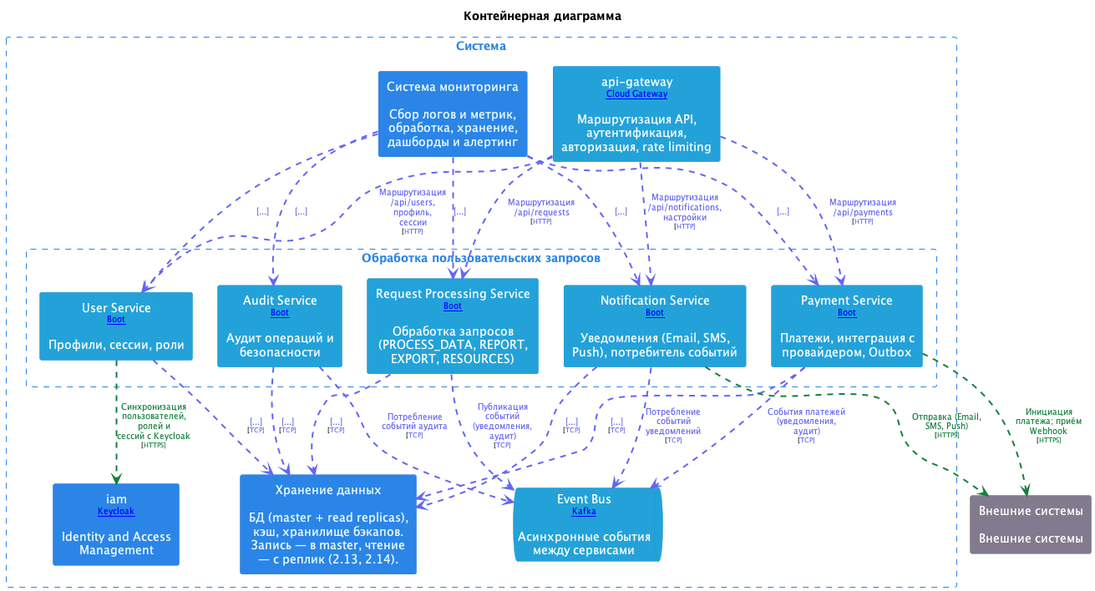
Before: doc/images/backend_container.png, a diagram exported from PlantUML (shelepovg/system-design-homework).
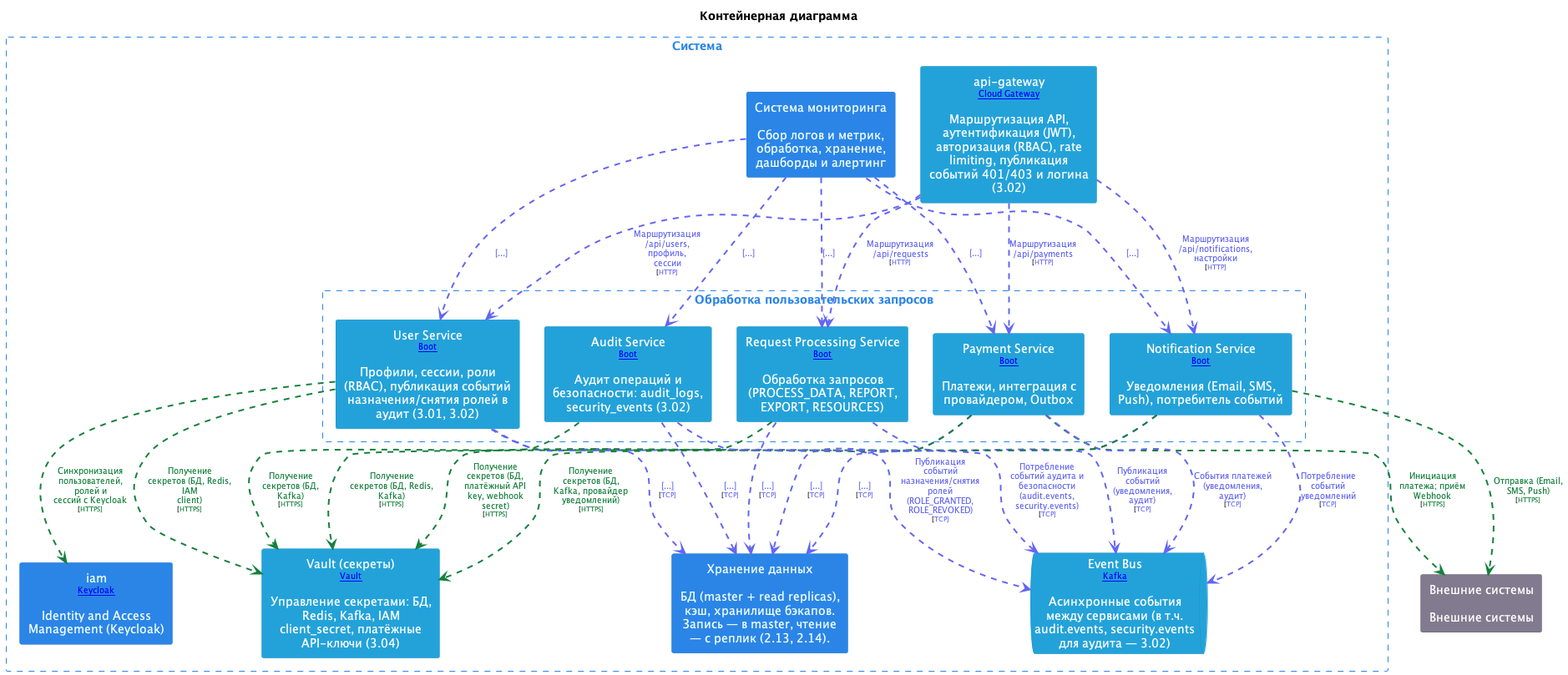
The same diagram one commit later.

Change to the diagram source:
```diff
@@ -68,42 +68,54 @@
   FontColor #ffffff
   BorderColor #1892c5
 }
+skinparam rectangle<<SystemSecretsVault>>{
+  BackgroundColor #23a2d9
+  FontColor #ffffff
+  BorderColor #1892c5
+}
 rectangle "Система" <<System>> as System {
   skinparam RectangleBorderColor<<System>> #2b85e7
   skinparam RectangleFontColor<<System>> #2b85e7
   skinparam RectangleBorderStyle<<System>> dashed
 
-  rectangle "api-gateway\n<size:10>[[Spring Cloud Gateway]]</size>\n\nМаршрутизация API, аутентификация, авторизация, rate limiting" <<SystemApiGateway>> as SystemApiGateway
+  rectangle "api-gateway\n<size:10>[[Spring Cloud Gateway]]</size>\n\nМаршрутизация API, аутентификация (JWT), авторизация (RBAC), rate limiting, публикация событий 401/403 и логина (3.02)" <<SystemApiGateway>> as SystemApiGateway
   rectangle "Система мониторинга\n\nСбор логов и метрик, обработка, хранение, дашборды и алертинг" <<SystemMonitoring>> as SystemMonitoring
   rectangle "Обработка пользовательских запросов" <<SystemBackend>> as SystemBackend {
     skinparam RectangleBorderColor<<SystemBackend>> #2b85e7
     skinparam RectangleFontColor<<SystemBackend>> #2b85e7
     skinparam RectangleBorderStyle<<SystemBackend>> dashed
 
-    rectangle "User Service\n<size:10>[[Spring Boot]]</size>\n\nПрофили, сессии, роли" <<SystemBackendUserService>> as SystemBackendUserService
+    rectangle "User Service\n<size:10>[[Spring Boot]]</size>\n\nПрофили, сессии, роли (RBAC), публикация событий назначения/снятия ролей в аудит (3.01, 3.02)" <<SystemBackendUserService>> as SystemBackendUserService
     rectangle "Request Processing Service\n<size:10>[[Spring Boot]]</size>\n\nОбработка запросов (PROCESS_DATA, REPORT, EXPORT, RESOURCES)" <<SystemBackendRequestProcessingService>> as SystemBackendRequestProcessingService
     rectangle "Payment Service\n<size:10>[[Spring Boot]]</size>\n\nПлатежи, интеграция с провайдером, Outbox" <<SystemBackendPaymentService>> as SystemBackendPaymentService
     rectangle "Notification Service\n<size:10>[[Spring Boot]]</size>\n\nУведомления (Email, SMS, Push), потребитель событий" <<SystemBackendNotificationService>> as SystemBackendNotificationService
-    rectangle "Audit Service\n<size:10>[[Spring Boot]]</size>\n\nАудит операций и безопасности" <<SystemBackendAuditService>> as SystemBackendAuditService
+    rectangle "Audit Service\n<size:10>[[Spring Boot]]</size>\n\nАудит операций и безопасности: audit_logs, security_events (3.02)" <<SystemBackendAuditService>> as SystemBackendAuditService
   }
-  rectangle "iam\n<size:10>[[Keycloak]]</size>\n\nIdentity and Access Management" <<SystemIam>> as SystemIam
+  rectangle "iam\n<size:10>[[Keycloak]]</size>\n\nIdentity and Access Management (Keycloak)" <<SystemIam>> as SystemIam
   rectangle "Хранение данных\n\nБД (master + read replicas), кэш, хранилище бэкапов. Запись — в master, чтение — с реплик (2.13, 2.14)." <<SystemStorage>> as SystemStorage
-  queue "Event Bus\n<size:10>[[Apache Kafka]]</size>\n\nАсинхронные события между сервисами" <<SystemEventBus>> as SystemEventBus
+  queue "Event Bus\n<size:10>[[Apache Kafka]]</size>\n\nАсинхронные события между сервисами (в т.ч. audit.events, security.events для аудита — 3.02)" <<SystemEventBus>> as SystemEventBus
+  rectangle "Vault (секреты)\n<size:10>[[HashiCorp Vault]]</size>\n\nУправление секретами: БД, Redis, Kafka, IAM client_secret, платёжные API-ключи (3.04)" <<SystemSecretsVault>> as SystemSecretsVault
 }
 rectangle "Внешние системы\n\nВнешние системы" <<System_ext>> as System_ext
 
 SystemBackendUserService .[#15803d,thickness=2].> SystemIam : <color:#15803d>Синхронизация пользователей, ролей и \n<color:#15803d>сессий с Keycloak\n<size:8>[<color:#15803d>HTTPS]</size>
 SystemBackendUserService .[#6366f1,thickness=2].> SystemStorage : <color:#6366f1>[...]\n<size:8>[<color:#6366f1>TCP]</size>
+SystemBackendUserService .[#6366f1,thickness=2].> SystemEventBus : <color:#6366f1>Публикация событий назначения/снятия \n<color:#6366f1>ролей (ROLE_GRANTED, ROLE_REVOKED)\n<size:8>[<color:#6366f1>TCP]</size>
+SystemBackendUserService .[#15803d,thickness=2].> SystemSecretsVault : <color:#15803d>Получение секретов (БД, Redis, IAM \n<color:#15803d>client)\n<size:8>[<color:#15803d>HTTPS]</size>
 SystemBackendRequestProcessingService .[#6366f1,thickness=2].> SystemStorage : <color:#6366f1>[...]\n<size:8>[<color:#6366f1>TCP]</size>
 SystemBackendRequestProcessingService .[#6366f1,thickness=2].> SystemEventBus : <color:#6366f1>Публикация событий (уведомления, аудит)\n<size:8>[<color:#6366f1>TCP]</size>
+SystemBackendRequestProcessingService .[#15803d,thickness=2].> SystemSecretsVault : <color:#15803d>Получение секретов (БД, Redis, Kafka)\n<size:8>[<color:#15803d>HTTPS]</size>
 SystemBackendPaymentService .[#15803d,thickness=2].> System_ext : <color:#15803d>Инициация платежа; приём Webhook\n<size:8>[<color:#15803d>HTTPS]</size>
 SystemBackendPaymentService .[#6366f1,thickness=2].> SystemStorage : <color:#6366f1>[...]\n<size:8>[<color:#6366f1>TCP]</size>
 SystemBackendPaymentService .[#6366f1,thickness=2].> SystemEventBus : <color:#6366f1>События платежей (уведомления, аудит)\n<size:8>[<color:#6366f1>TCP]</size>
+SystemBackendPaymentService .[#15803d,thickness=2].> SystemSecretsVault : <color:#15803d>Получение секретов (БД, платёжный API \n<color:#15803d>key, webhook secret)\n<size:8>[<color:#15803d>HTTPS]</size>
 SystemBackendNotificationService .[#15803d,thickness=2].> System_ext : <color:#15803d>Отправка (Email, SMS, Push)\n<size:8>[<color:#15803d>HTTPS]</size>
 SystemBackendNotificationService .[#6366f1,thickness=2].> SystemStorage : <color:#6366f1>[...]\n<size:8>[<color:#6366f1>TCP]</size>
 SystemBackendNotificationService .[#6366f1,thickness=2].> SystemEventBus : <color:#6366f1>Потребление событий уведомлений\n<size:8>[<color:#6366f1>TCP]</size>
+SystemBackendNotificationService .[#15803d,thickness=2].> SystemSecretsVault : <color:#15803d>Получение секретов (БД, Kafka, провайдер \n<color:#15803d>уведомлений)\n<size:8>[<color:#15803d>HTTPS]</size>
 SystemBackendAuditService .[#6366f1,thickness=2].> SystemStorage : <color:#6366f1>[...]\n<size:8>[<color:#6366f1>TCP]</size>
-SystemBackendAuditService .[#6366f1,thickness=2].> SystemEventBus : <color:#6366f1>Потребление событий аудита\n<size:8>[<color:#6366f1>TCP]</size>
+SystemBackendAuditService .[#6366f1,thickness=2].> SystemEventBus : <color:#6366f1>Потребление событий аудита и \n<color:#6366f1>безопасности (audit.events, \n<color:#6366f1>security.events)\n<size:8>[<color:#6366f1>TCP]</size>
+SystemBackendAuditService .[#15803d,thickness=2].> SystemSecretsVault : <color:#15803d>Получение секретов (БД, Kafka)\n<size:8>[<color:#15803d>HTTPS]</size>
 SystemApiGateway .[#6366f1,thickness=2].> SystemBackendUserService : <color:#6366f1>Маршрутизация /api/users, профиль, \n<color:#6366f1>сессии\n<size:8>[<color:#6366f1>HTTP]</size>
 SystemApiGateway .[#6366f1,thickness=2].> SystemBackendRequestProcessingService : <color:#6366f1>Маршрутизация /api/requests\n<size:8>[<color:#6366f1>HTTP]</size>
 SystemApiGateway .[#6366f1,thickness=2].> SystemBackendPaymentService : <color:#6366f1>Маршрутизация /api/payments\n<size:8>[<color:#6366f1>HTTP]</size>
```
